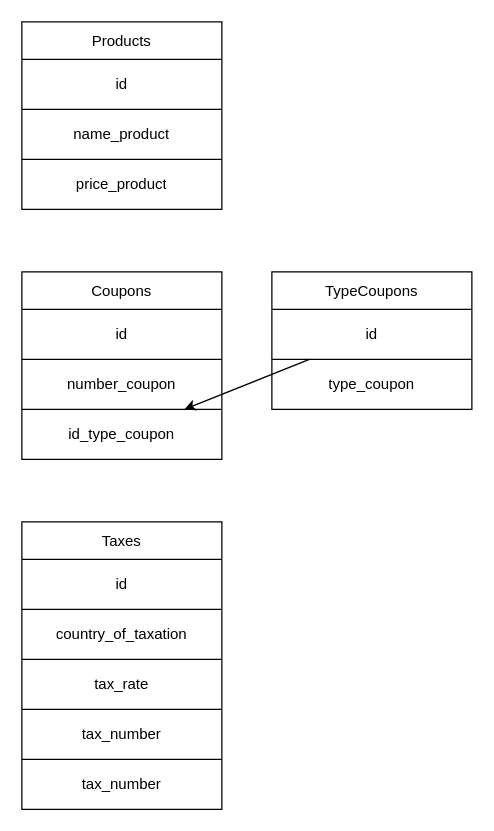
The draw.io diagram db.drawio in Ruslan-qu/candidate-test, before the edit. Source tidied: cells renumbered, new cells numbered last; positions are measured from the earlier drawing's top-left corner, leaving out a move shared by most shapes. Both pictures are drawn from the tidied source at 125%, with x=0, y=0 at pixel (21, 21).
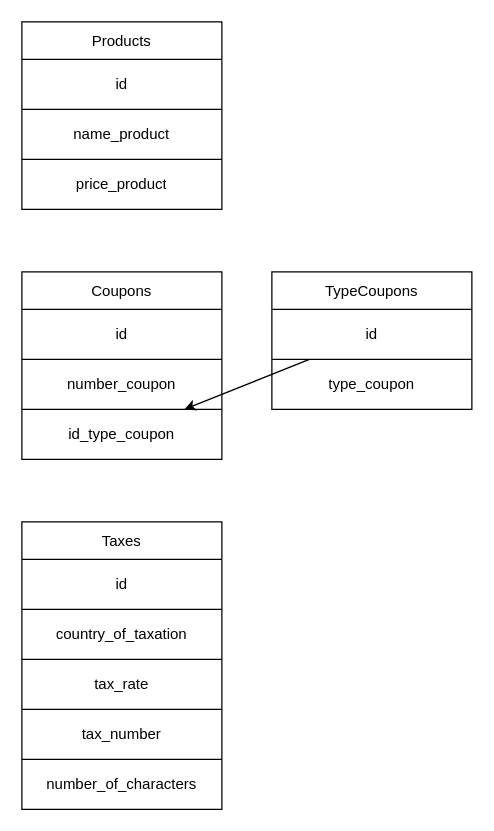
After the change.

The change refers to these unchanged cells:
```xml
<mxCell id="30" style="shape=tableRow;horizontal=0;startSize=0;swimlaneHead=0;swimlaneBody=0;top=0;left=0;bottom=0;right=0;fillColor=none;" parent="21" vertex="1">
  <mxGeometry y="190" width="160" height="40" as="geometry" />
</mxCell>
```

Diff of the diagram source:
```diff
@@
-    <mxCell id="31" value="tax_number" style="shape=partialRectangle;html=1;whiteSpace=wrap;overflow=hidden;fillColor=none;top=0;left=0;bottom=0;right=0;" parent="30" vertex="1">
+    <mxCell id="31" value="number_of_characters" style="shape=partialRectangle;html=1;whiteSpace=wrap;overflow=hidden;fillColor=none;top=0;left=0;bottom=0;right=0;" parent="30" vertex="1">
       <mxGeometry width="160" height="40" as="geometry" />
     </mxCell>
```
